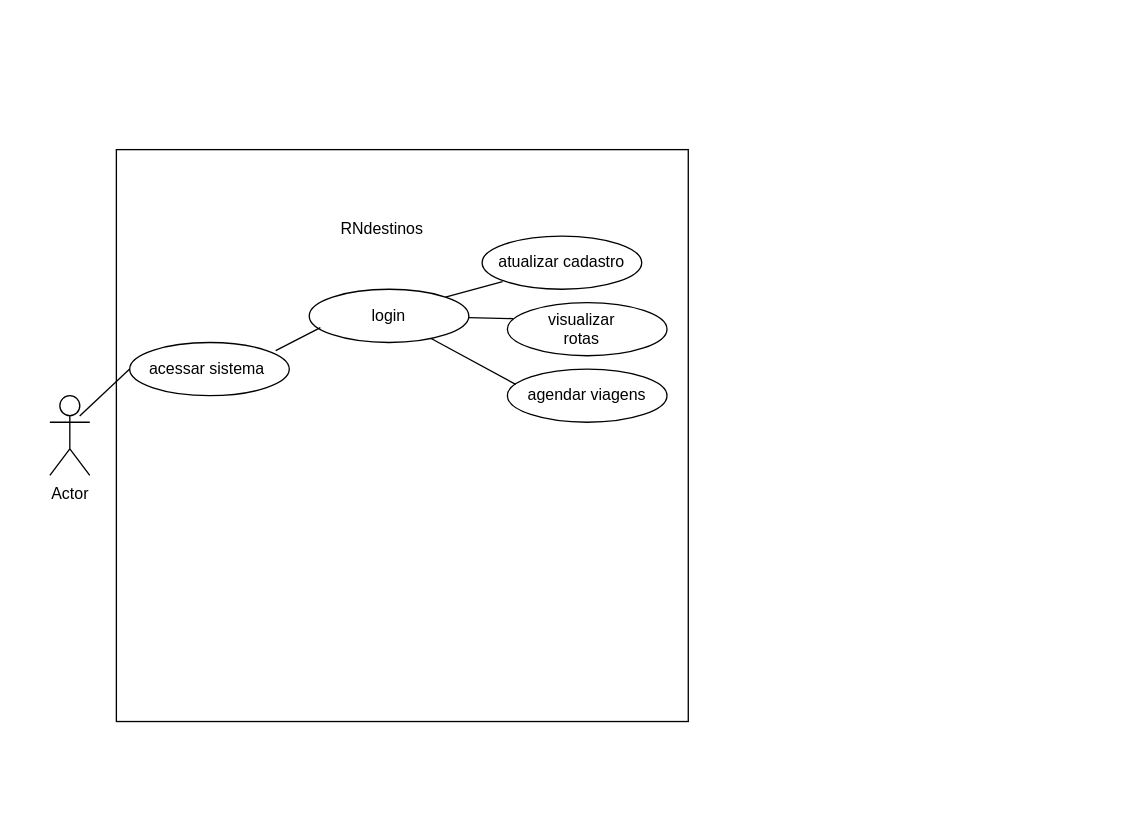
Before: documentos/diagramas_casos_de_uso.drawio in manuoliveiraa2/RNdestinos, a draw.io diagram. Source tidied: cells renumbered, new cells numbered last; positions are measured from the earlier drawing's top-left corner, leaving out a move shared by most shapes. Both pictures are drawn from the tidied source at 133%, with x=0, y=0 at pixel (49, 149).
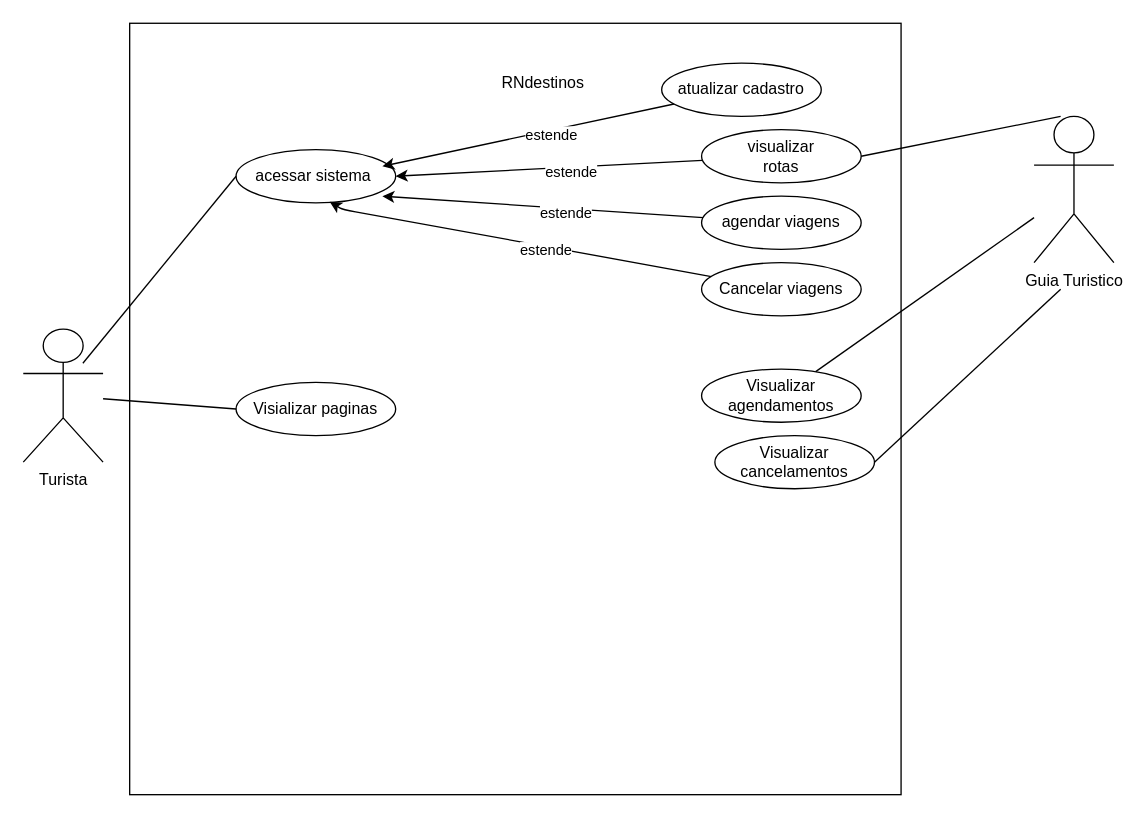
The same diagram, later.

The edit, as a diff of the source:
```diff
@@
     <mxCell id="2" style="whiteSpace=wrap;html=1;" parent="1" vertex="1">
-      <mxGeometry x="50" width="430" height="430" as="geometry" />
+      <mxGeometry x="60" y="-95" width="580" height="580" as="geometry" />
     </mxCell>
     <mxCell id="3" value="RNdestinos" style="text;html=1;strokeColor=none;fillColor=none;align=center;verticalAlign=middle;whiteSpace=wrap;rounded=0;" parent="1" vertex="1">
-      <mxGeometry x="220" y="45" width="60" height="30" as="geometry" />
+      <mxGeometry x="340.5" y="-65" width="60" height="30" as="geometry" />
     </mxCell>
-    <mxCell id="4" value="Actor" style="shape=umlActor;verticalLabelPosition=bottom;verticalAlign=top;html=1;outlineConnect=0;" parent="1" vertex="1">
-      <mxGeometry y="185" width="30" height="60" as="geometry" />
+    <mxCell id="4" value="Turista&lt;br&gt;" style="shape=umlActor;verticalLabelPosition=bottom;verticalAlign=top;html=1;outlineConnect=0;" parent="1" vertex="1">
+      <mxGeometry x="-20" y="135" width="60" height="100" as="geometry" />
     </mxCell>
     <mxCell id="5" style="ellipse;whiteSpace=wrap;html=1;" parent="1" vertex="1">
-      <mxGeometry x="60" y="145" width="120" height="40" as="geometry" />
+      <mxGeometry x="140" width="120" height="40" as="geometry" />
     </mxCell>
     <mxCell id="6" value="acessar sistema&amp;nbsp;" style="text;html=1;strokeColor=none;fillColor=none;align=center;verticalAlign=middle;whiteSpace=wrap;rounded=0;" parent="1" vertex="1">
-      <mxGeometry x="70" y="150" width="100" height="30" as="geometry" />
+      <mxGeometry x="150" y="5" width="100" height="30" as="geometry" />
     </mxCell>
-    <mxCell id="7" value="login" style="ellipse;whiteSpace=wrap;html=1;" parent="1" vertex="1">
-      <mxGeometry x="195" y="105" width="120" height="40" as="geometry" />
-    </mxCell>
     <mxCell id="8" value="agendar viagens" style="ellipse;whiteSpace=wrap;html=1;" parent="1" vertex="1">
-      <mxGeometry x="344" y="165" width="120" height="40" as="geometry" />
+      <mxGeometry x="490" y="35" width="120" height="40" as="geometry" />
     </mxCell>
     <mxCell id="9" style="ellipse;whiteSpace=wrap;html=1;fontStyle=1;" parent="1" vertex="1">
-      <mxGeometry x="344" y="115" width="120" height="40" as="geometry" />
+      <mxGeometry x="490" y="-15" width="120" height="40" as="geometry" />
     </mxCell>
+    <mxCell id="17" style="edgeStyle=none;html=1;entryX=1;entryY=0.25;entryDx=0;entryDy=0;" parent="1" edge="1" source="10" target="6">
+      <mxGeometry relative="1" as="geometry" />
+    </mxCell>
+    <mxCell id="18" value="estende" style="edgeLabel;html=1;align=center;verticalAlign=middle;" parent="17" vertex="1">
+      <mxGeometry x="-0.14" y="3" relative="1" as="geometry" />
+    </mxCell>
     <mxCell id="10" value="atualizar cadastro" style="ellipse;whiteSpace=wrap;html=1;" parent="1" vertex="1">
-      <mxGeometry x="325" y="65" width="120" height="40" as="geometry" />
+      <mxGeometry x="460" y="-65" width="120" height="40" as="geometry" />
     </mxCell>
-    <mxCell id="11" style="endArrow=none;html=1;exitX=0.915;exitY=0.153;exitDx=0;exitDy=0;entryX=0.07;entryY=0.721;entryDx=0;entryDy=0;entryPerimeter=0;exitPerimeter=0;" parent="1" edge="1" source="5" target="7">
-      <mxGeometry relative="1" as="geometry" />
-    </mxCell>
-    <mxCell id="12" style="endArrow=none;html=1;entryX=0.037;entryY=0.302;entryDx=0;entryDy=0;entryPerimeter=0;" parent="1" edge="1" source="7" target="9">
-      <mxGeometry relative="1" as="geometry" />
-    </mxCell>
-    <mxCell id="13" style="endArrow=none;html=1;entryX=0.052;entryY=0.289;entryDx=0;entryDy=0;entryPerimeter=0;" parent="1" edge="1" source="7" target="8">
-      <mxGeometry relative="1" as="geometry" />
-    </mxCell>
-    <mxCell id="14" style="endArrow=none;html=1;exitX=1;exitY=0;exitDx=0;exitDy=0;entryX=0.128;entryY=0.857;entryDx=0;entryDy=0;entryPerimeter=0;" parent="1" edge="1" source="7" target="10">
-      <mxGeometry relative="1" as="geometry" />
-    </mxCell>
     <mxCell id="15" value="visualizar rotas" style="text;html=1;strokeColor=none;fillColor=none;align=center;verticalAlign=middle;whiteSpace=wrap;rounded=0;" parent="1" vertex="1">
-      <mxGeometry x="370" y="120" width="60" height="30" as="geometry" />
+      <mxGeometry x="520" y="-10" width="60" height="30" as="geometry" />
     </mxCell>
@@
+    <mxCell id="19" style="edgeStyle=none;html=1;entryX=1;entryY=0.5;entryDx=0;entryDy=0;" parent="1" edge="1" source="9" target="5">
+      <mxGeometry relative="1" as="geometry" />
+    </mxCell>
+    <mxCell id="20" value="estende" style="edgeLabel;html=1;align=center;verticalAlign=middle;" parent="19" vertex="1">
+      <mxGeometry x="-0.14" y="3" relative="1" as="geometry" />
+    </mxCell>
+    <mxCell id="21" style="edgeStyle=none;html=1;entryX=1;entryY=1;entryDx=0;entryDy=0;" parent="1" edge="1" source="8" target="6">
+      <mxGeometry relative="1" as="geometry" />
+    </mxCell>
+    <mxCell id="22" value="estende" style="edgeLabel;html=1;align=center;verticalAlign=middle;" parent="21" vertex="1">
+      <mxGeometry x="-0.14" y="3" relative="1" as="geometry" />
+    </mxCell>
+    <mxCell id="23" value="Cancelar viagens" style="ellipse;whiteSpace=wrap;html=1;" parent="1" vertex="1">
+      <mxGeometry x="490" y="85" width="120" height="40" as="geometry" />
+    </mxCell>
+    <mxCell id="24" style="edgeStyle=none;html=1;entryX=0.604;entryY=1.14;entryDx=0;entryDy=0;entryPerimeter=0;" parent="1" edge="1" source="23" target="6">
+      <mxGeometry relative="1" as="geometry">
+        <Array as="points">
+          <mxPoint x="220" y="45" />
+        </Array>
+      </mxGeometry>
+    </mxCell>
+    <mxCell id="25" value="estende" style="edgeLabel;html=1;align=center;verticalAlign=middle;" parent="24" vertex="1">
+      <mxGeometry x="-0.14" y="3" relative="1" as="geometry" />
+    </mxCell>
+    <mxCell id="26" value="Visializar paginas" style="ellipse;whiteSpace=wrap;html=1;" parent="1" vertex="1">
+      <mxGeometry x="140" y="175" width="120" height="40" as="geometry" />
+    </mxCell>
+    <mxCell id="27" value="Guia Turistico&lt;br&gt;" style="shape=umlActor;verticalLabelPosition=bottom;verticalAlign=top;html=1;outlineConnect=0;" parent="1" vertex="1">
+      <mxGeometry x="740" y="-25" width="60" height="110" as="geometry" />
+    </mxCell>
+    <mxCell id="28" style="endArrow=none;html=1;exitX=1;exitY=0.5;exitDx=0;exitDy=0;entryX=0.333;entryY=0;entryDx=0;entryDy=0;entryPerimeter=0;" parent="1" edge="1" source="9" target="27">
+      <mxGeometry relative="1" as="geometry" />
+    </mxCell>
+    <mxCell id="29" value="Visualizar agendamentos" style="ellipse;whiteSpace=wrap;html=1;" parent="1" vertex="1">
+      <mxGeometry x="490" y="165" width="120" height="40" as="geometry" />
+    </mxCell>
+    <mxCell id="30" value="Visualizar cancelamentos" style="ellipse;whiteSpace=wrap;html=1;" parent="1" vertex="1">
+      <mxGeometry x="500" y="215" width="120" height="40" as="geometry" />
+    </mxCell>
+    <mxCell id="31" style="endArrow=none;html=1;exitX=0;exitY=0.5;exitDx=0;exitDy=0;" parent="1" edge="1" source="26" target="4">
+      <mxGeometry relative="1" as="geometry" />
+    </mxCell>
+    <mxCell id="32" style="endArrow=none;html=1;" parent="1" edge="1" source="29" target="27">
+      <mxGeometry relative="1" as="geometry" />
+    </mxCell>
+    <mxCell id="33" style="endArrow=none;html=1;" parent="1" edge="1">
+      <mxGeometry relative="1" as="geometry">
+        <mxPoint x="620" y="235" as="sourcePoint" />
+        <mxPoint x="760" y="105" as="targetPoint" />
+      </mxGeometry>
+    </mxCell>
```
